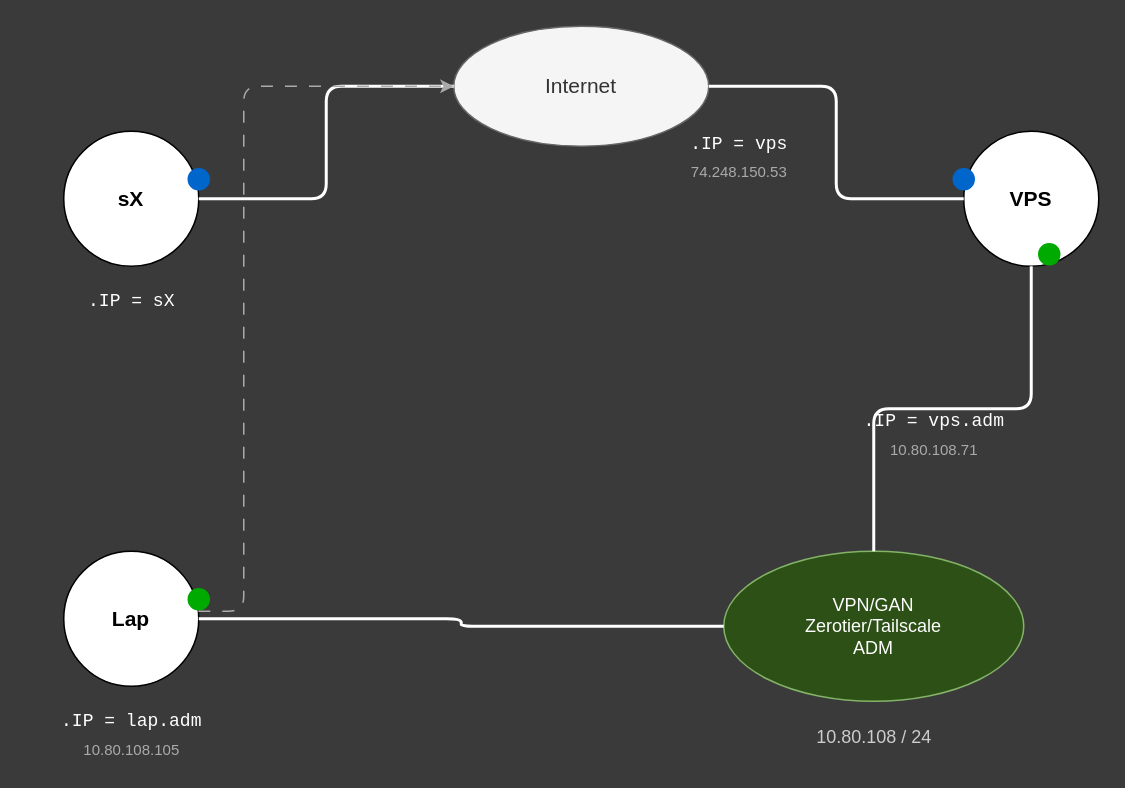
Above: labsk/c5/ADM.drawio in mat787/mat787 (draw.io), before the change. Source tidied: cells renumbered, new cells numbered last; positions are measured from the earlier drawing's top-left corner, leaving out a move shared by most shapes. Both pictures are drawn from the tidied source at 150%, with x=0, y=0 at pixel (26, 26).
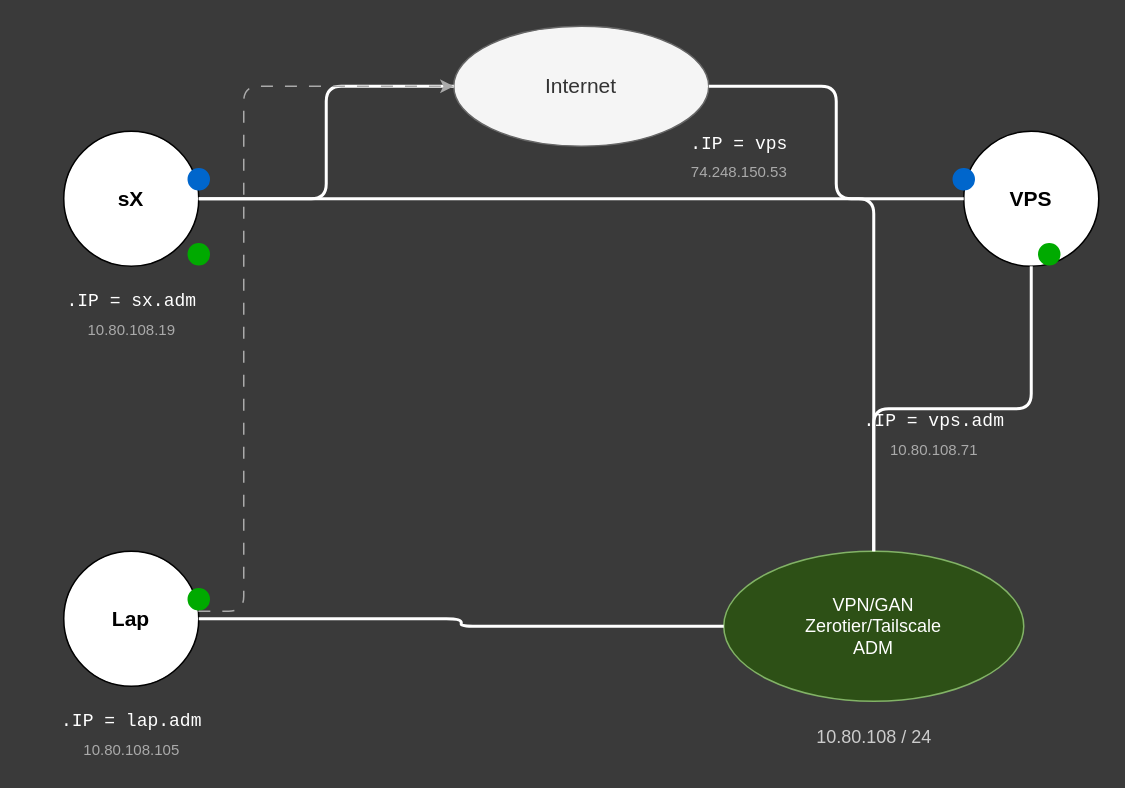
The same diagram, later.

Commit message (it also covers changes not shown here):
labsk/c5: rozszerzone sprawozdanie + s3 w ADM na schemacie

The change refers to these unchanged cells:
```xml
<mxCell id="3" value="VPN/GAN&#10;Zerotier/Tailscale&#10;ADM" style="ellipse;whiteSpace=wrap;html=1;fillColor=#2d5016;strokeColor=#82b366;fontColor=#ffffff;fontSize=12;" parent="1" vertex="1">
  <mxGeometry x="465" y="350" width="200" height="100" as="geometry" />
</mxCell>
<mxCell id="5" value="sX" style="ellipse;whiteSpace=wrap;html=1;fillColor=#ffffff;strokeColor=#000000;fontColor=#000000;fontSize=14;fontStyle=1;" parent="1" vertex="1">
  <mxGeometry x="25" y="70" width="90" height="90" as="geometry" />
</mxCell>
```

Change to the diagram source:
```diff
@@
-    <mxCell id="6" value=".IP = sX" style="text;html=1;strokeColor=none;fillColor=none;align=center;fontColor=#ffffff;fontFamily=Courier New;fontSize=12;" parent="1" vertex="1">
-      <mxGeometry x="10" y="170" width="120" height="25" as="geometry" />
+    <mxCell id="6" value=".IP = sx.adm" style="text;html=1;strokeColor=none;fillColor=none;align=center;fontColor=#ffffff;fontFamily=Courier New;fontSize=12;" parent="1" vertex="1">
+      <mxGeometry y="170" width="140" height="25" as="geometry" />
     </mxCell>
@@
+    <mxCell id="24" style="ellipse;whiteSpace=wrap;html=1;fillColor=#00AA00;strokeColor=#00AA00;" parent="1" vertex="1">
+      <mxGeometry x="108" y="145" width="14" height="14" as="geometry" />
+    </mxCell>
@@
+    <mxCell id="25" style="endArrow=none;html=1;strokeColor=#ffffff;strokeWidth=2;edgeStyle=orthogonalEdgeStyle;" parent="1" edge="1" source="5" target="3">
+      <mxGeometry relative="1" as="geometry" />
+    </mxCell>
@@
+    <mxCell id="26" value="10.80.108.19" style="text;html=1;strokeColor=none;fillColor=none;align=center;fontColor=#aaaaaa;fontSize=10;" parent="1" vertex="1">
+      <mxGeometry y="190" width="140" height="20" as="geometry" />
+    </mxCell>
```
